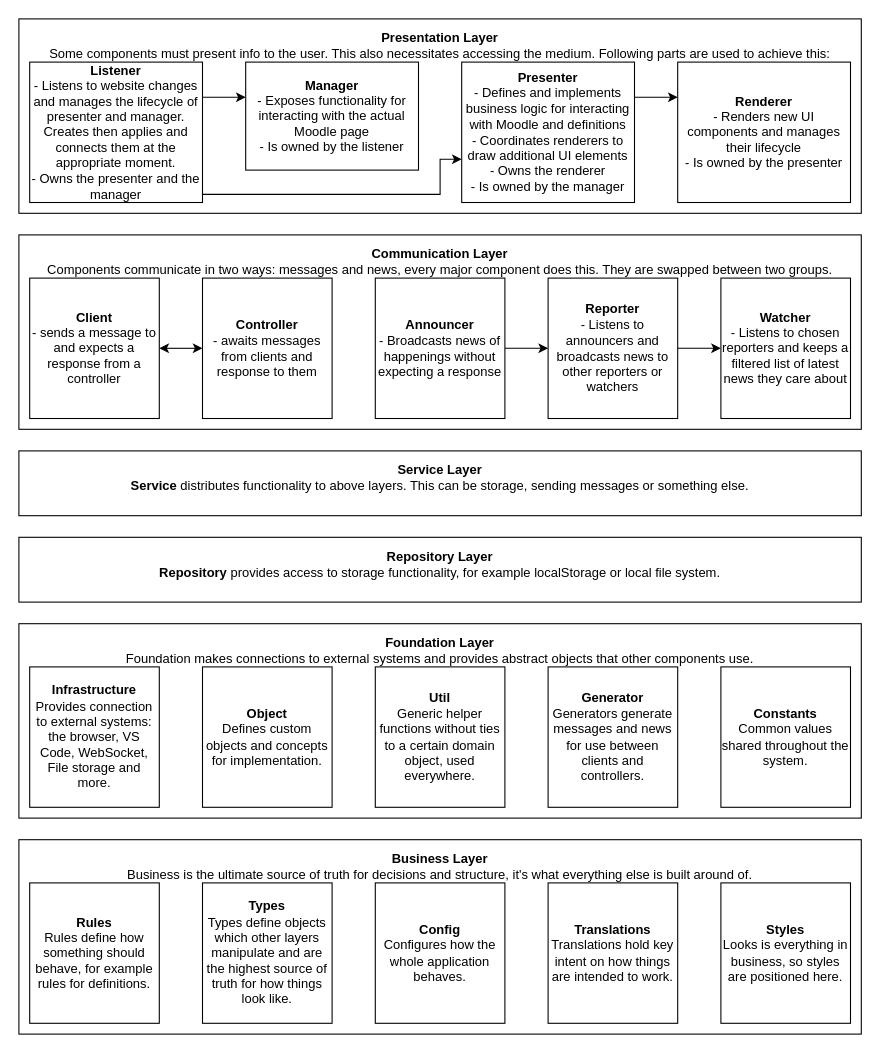
This is docs/diagrams/layers.drawio from leoste/moodle-assignment-checking-helper, a draw.io file, before an edit. Source tidied: cells renumbered, new cells numbered last; positions are measured from the earlier drawing's top-left corner, leaving out a move shared by most shapes. Both pictures are drawn from the tidied source at 108%, with x=0, y=0 at pixel (18, 18).
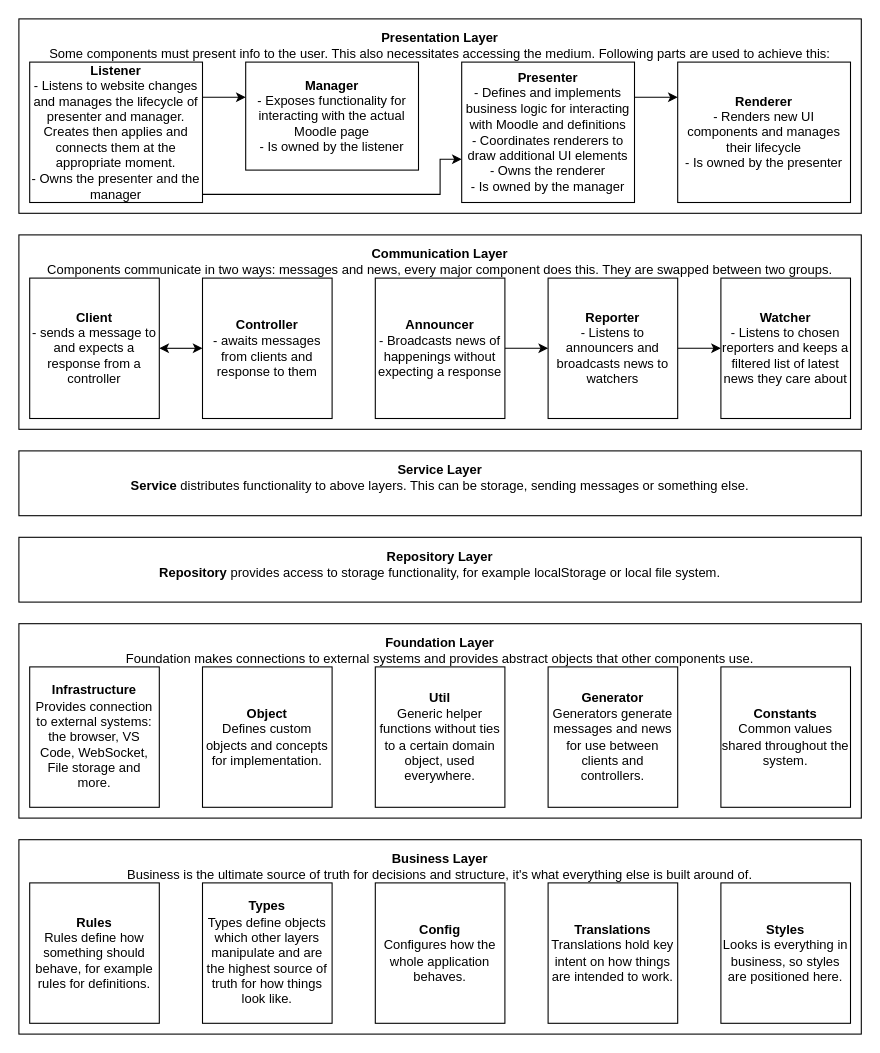
Above is the later version.

Diff of the diagram source:
```diff
@@
-    <mxCell id="10" value="&lt;div&gt;&lt;b&gt;Reporter&lt;/b&gt;&lt;/div&gt;&lt;div&gt;- Listens to announcers and broadcasts news to other reporters or watchers&lt;/div&gt;" style="rounded=0;whiteSpace=wrap;html=1;" parent="1" vertex="1">
+    <mxCell id="10" value="&lt;div&gt;&lt;b&gt;Reporter&lt;/b&gt;&lt;/div&gt;&lt;div&gt;- Listens to announcers and broadcasts news to watchers&lt;/div&gt;" style="rounded=0;whiteSpace=wrap;html=1;" parent="1" vertex="1">
       <mxGeometry x="490" y="240" width="120" height="130" as="geometry" />
     </mxCell>
```
